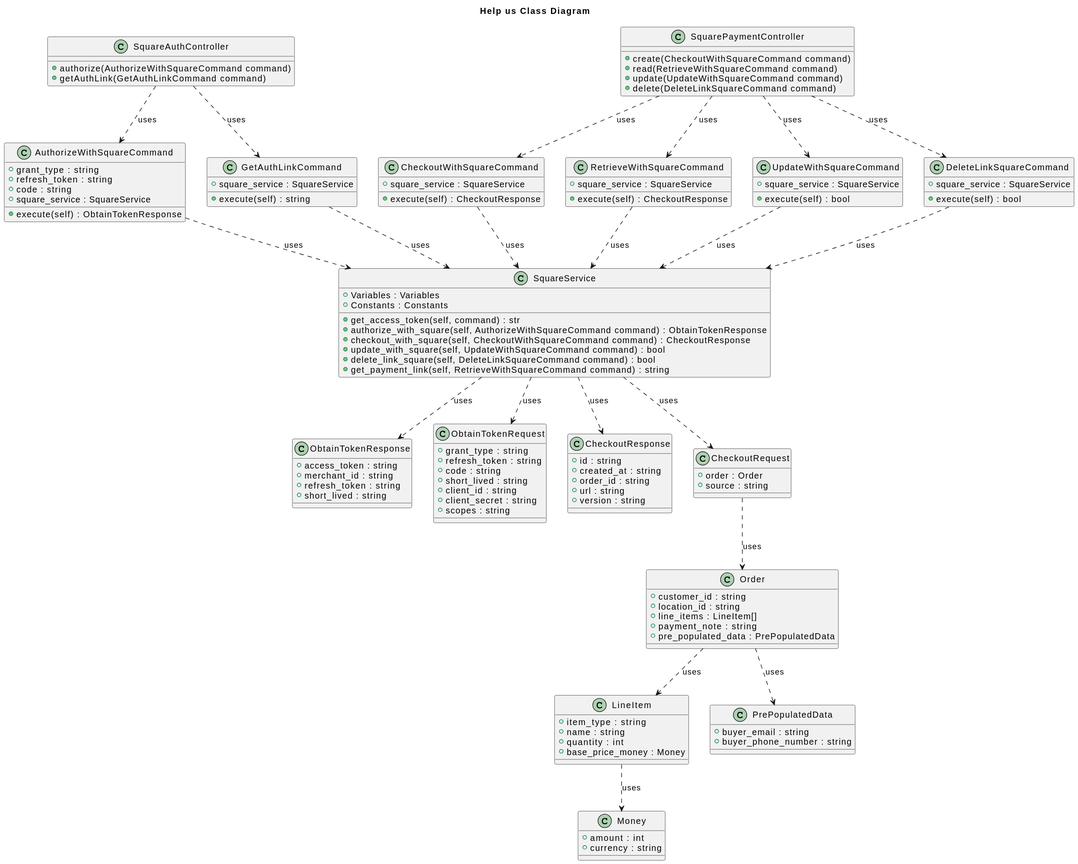
Before: diagrams/class_diagram_api.svg, a diagram exported from PlantUML (help-us-app/help-us-architecture-diagrams).
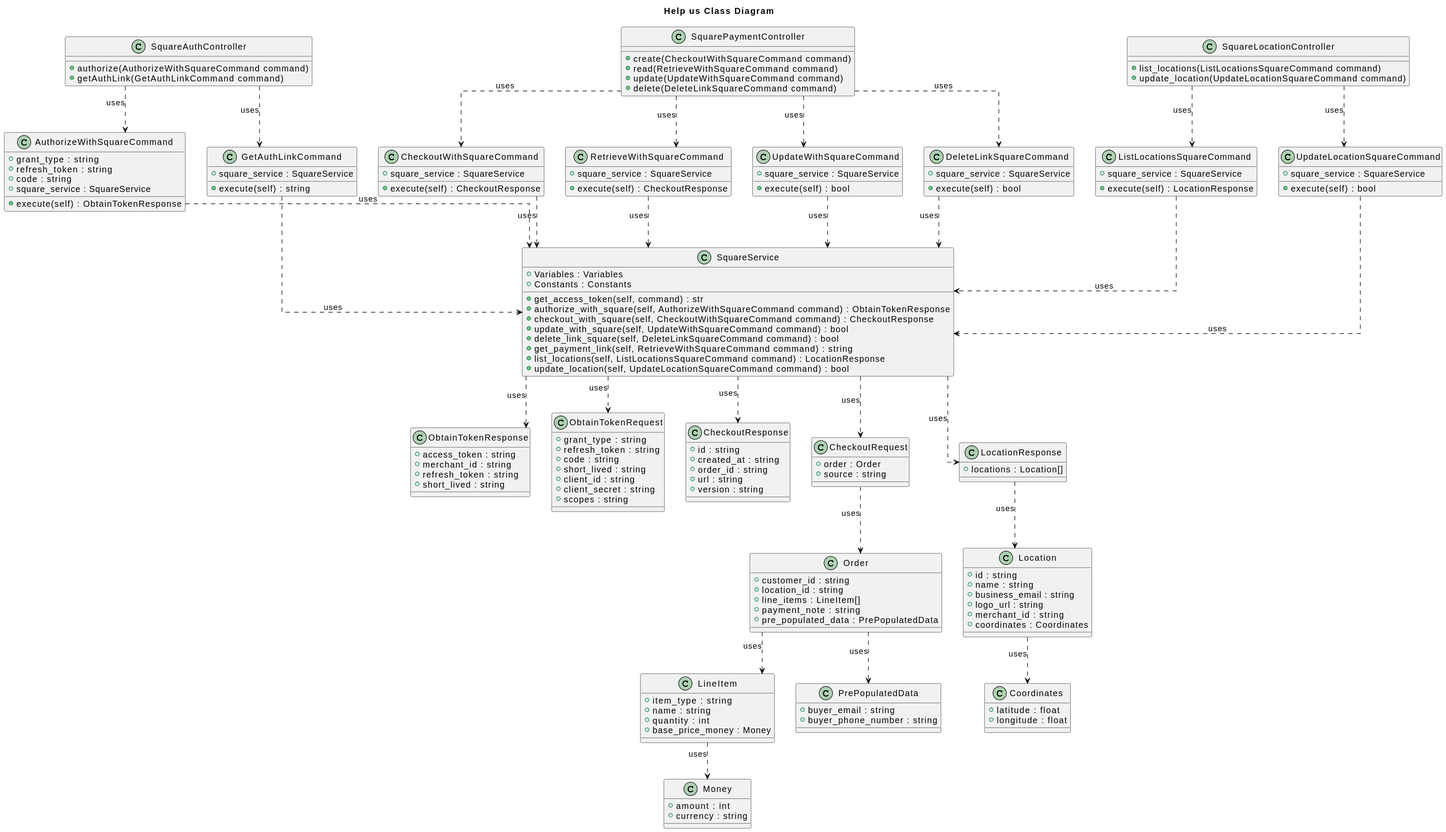
The same diagram one commit later.

Change to the diagram source:
```diff
@@ -1,5 +1,7 @@
 @startuml
 title "Help us Class Diagram"
+
+skinparam linetype ortho
 
 class SquareAuthController {
     + authorize(AuthorizeWithSquareCommand command)
@@ -31,6 +33,8 @@
     + update_with_square(self, UpdateWithSquareCommand command) : bool
     + delete_link_square(self, DeleteLinkSquareCommand command) : bool
     + get_payment_link(self, RetrieveWithSquareCommand command) : string
+    + list_locations(self, ListLocationsSquareCommand command) : LocationResponse
+    + update_location(self, UpdateLocationSquareCommand command) : bool
 }
 
 class ObtainTokenResponse {
@@ -138,4 +142,45 @@
 RetrieveWithSquareCommand ..> SquareService : uses
 UpdateWithSquareCommand ..> SquareService : uses
 DeleteLinkSquareCommand ..> SquareService : uses
+
+class SquareLocationController {
+    + list_locations(ListLocationsSquareCommand command)
+    + update_location(UpdateLocationSquareCommand command)
+}
+
+class ListLocationsSquareCommand {
+    + square_service : SquareService
+    + execute(self) : LocationResponse
+}
+
+class UpdateLocationSquareCommand {
+    + square_service : SquareService
+    + execute(self) : bool
+}
+
+class LocationResponse {
+    + locations : Location[]
+}
+
+class Location {
+    + id : string
+    + name : string
+    + business_email : string
+    + logo_url : string
+    + merchant_id : string
+    + coordinates : Coordinates
+}
+
+class Coordinates {
+    + latitude : float
+    + longitude : float
+}
+
+SquareLocationController ..> ListLocationsSquareCommand : uses
+SquareLocationController ..> UpdateLocationSquareCommand : uses
+ListLocationsSquareCommand ..> SquareService : uses
+UpdateLocationSquareCommand ..> SquareService : uses
+SquareService ..> LocationResponse : uses
+LocationResponse ..> Location : uses
+Location ..> Coordinates : uses
 @enduml
```
